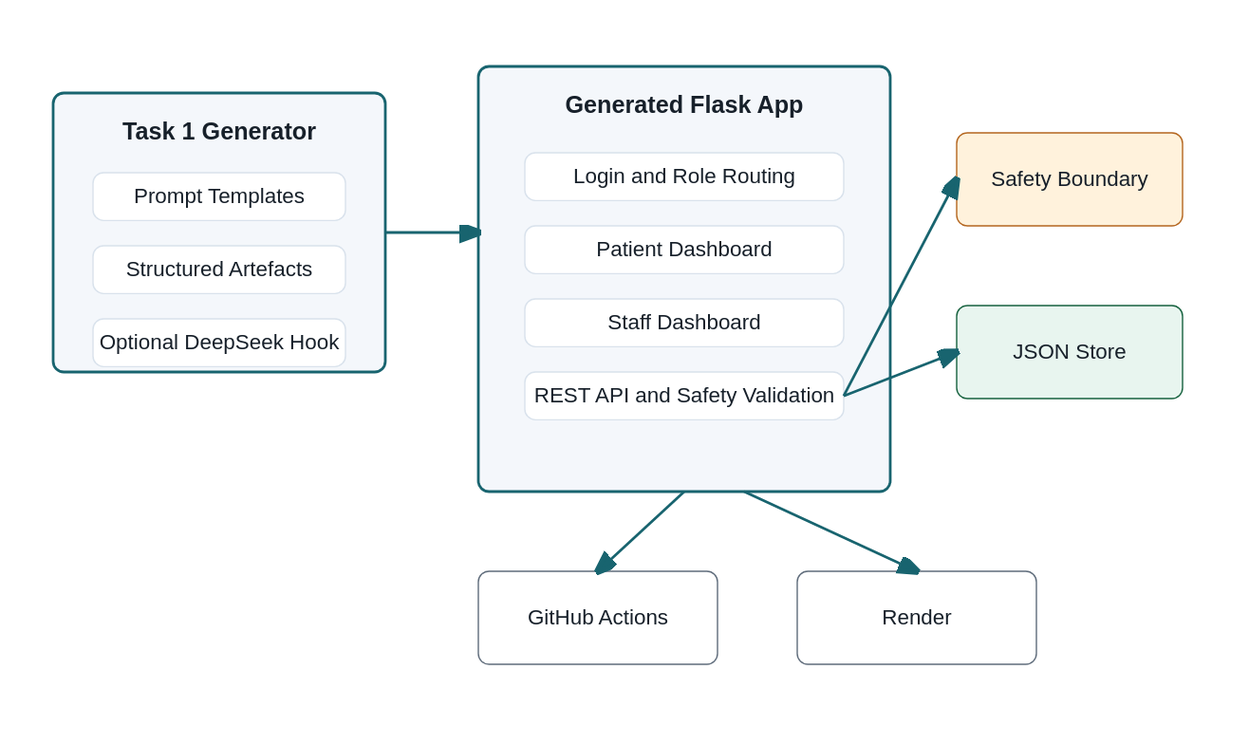
The PlantUML diagram Task2/clinic_app/artifacts/diagrams/component_diagram.svg in XGS61/DTS114, before a commit. Its source is kept beside it as Task2/clinic_app/artifacts/diagrams/component_diagram.puml.
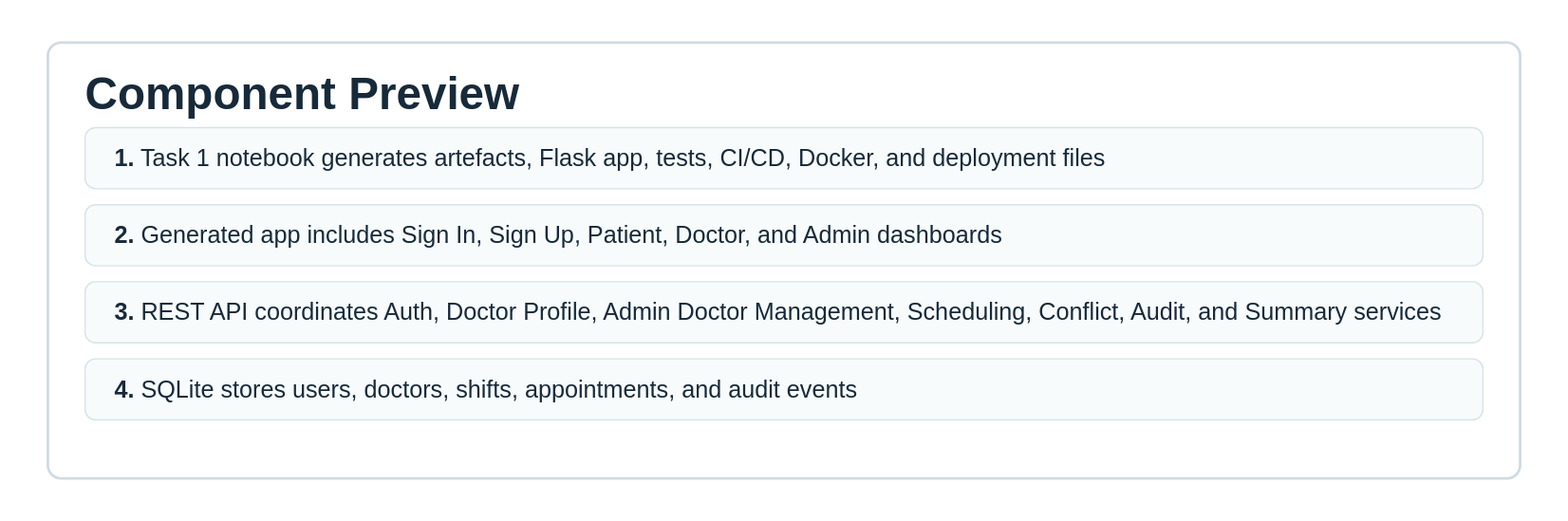
Above is the later version.

The edit, as a diff of the source:
```diff
@@ -2,29 +2,55 @@
 package "Task 1 Generator Notebook" {
   [Prompt Templates]
   [Structured JSON Artefacts]
-  [DeepSeek API Generation]
+  [DeepSeek Artefact Generator]
+  [APIFREE Image Generator]
+  [Deterministic Fallbacks]
   [Submission Validator]
 }
 package "Generated Flask App" {
-  [Login UI]
+  [Sign In UI]
+  [Sign Up UI]
   [Patient Dashboard]
-  [Staff Dashboard]
+  [Doctor Dashboard]
+  [Admin Dashboard]
   [REST API]
-  [Safety Validation]
+  [Auth Service]
+  [Doctor Profile Service]
+  [Admin Doctor Management]
+  [Scheduling Validation]
+  [Conflict Service]
+  [Audit Service]
+  [Non-Diagnostic Summary]
 }
-database "JSON Appointment Store" as Store
+database "SQLite Runtime Store" as Store
 cloud "GitHub Actions CI" as CI
+node "Docker Container" as Docker
 cloud "Render Deployment" as Render
 
 [Prompt Templates] --> [Structured JSON Artefacts]
-[DeepSeek API Generation] --> [Structured JSON Artefacts]
+[DeepSeek Artefact Generator] --> [Structured JSON Artefacts]
+[APIFREE Image Generator] --> [Sign In UI]
+[Deterministic Fallbacks] --> [Structured JSON Artefacts]
+[Structured JSON Artefacts] --> [REST API]
+[Sign In UI] --> [REST API]
+[Sign Up UI] --> [REST API]
+[Patient Dashboard] --> [REST API]
+[Doctor Dashboard] --> [REST API]
+[Admin Dashboard] --> [REST API]
+[REST API] --> [Auth Service]
+[REST API] --> [Doctor Profile Service]
+[REST API] --> [Admin Doctor Management]
+[REST API] --> [Scheduling Validation]
+[REST API] --> [Conflict Service]
+[REST API] --> [Audit Service]
+[REST API] --> [Non-Diagnostic Summary]
+[Auth Service] --> Store
+[Doctor Profile Service] --> Store
+[Admin Doctor Management] --> Store
+[Conflict Service] --> Store
+[Audit Service] --> Store
+[REST API] --> Store
 [Submission Validator] --> CI
-[Structured JSON Artefacts] --> [REST API]
-[Login UI] --> [REST API]
-[Patient Dashboard] --> [REST API]
-[Staff Dashboard] --> [REST API]
-[REST API] --> Store
-[REST API] --> [Safety Validation]
-[REST API] --> CI
-[REST API] --> Render
+[REST API] --> Docker
+Docker --> Render
 @enduml
```
